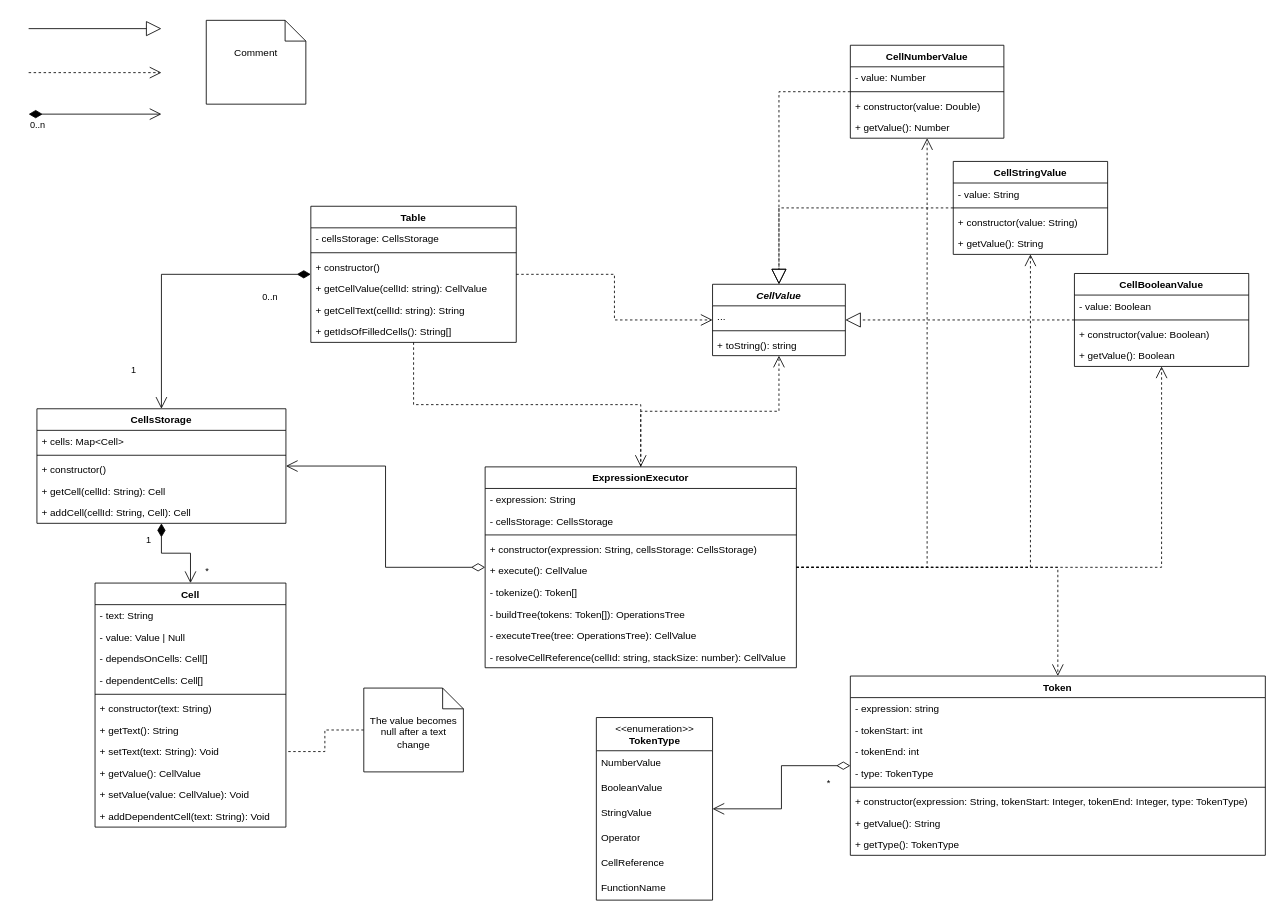
Above: class-diagram.drawio in shevelidze/knu-oop-lab-1 (draw.io), before the change. Source tidied: cells renumbered, new cells numbered last; positions are measured from the earlier drawing's top-left corner, leaving out a move shared by most shapes. Both pictures are drawn from the tidied source at 83%, with x=0, y=0 at pixel (28, 20).
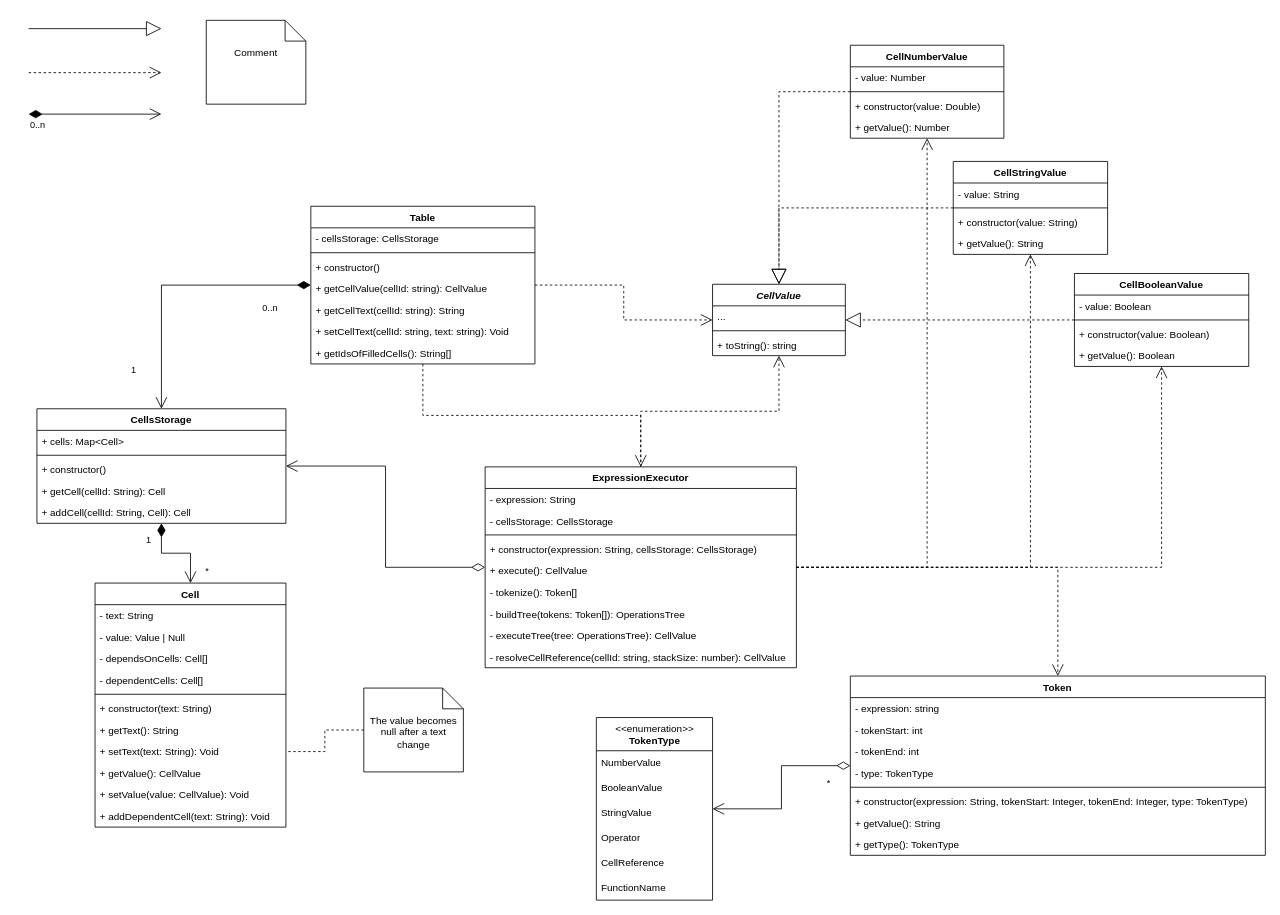
Above is the later version.

Commit message:
Add the cell setter to the table class in the class diagram

Diff of the diagram source:
```diff
@@
     <mxCell id="46" value="Table" style="swimlane;fontStyle=1;align=center;verticalAlign=top;horizontal=1;startSize=26;" parent="1" vertex="1">
-      <mxGeometry x="340" y="224" width="247.5" height="164" as="geometry" />
+      <mxGeometry x="340" y="224" width="270" height="190" as="geometry" />
     </mxCell>
     <mxCell id="47" value="- cellsStorage: CellsStorage" style="text;strokeColor=none;fillColor=none;align=left;verticalAlign=top;spacingLeft=4;spacingRight=4;overflow=hidden;" parent="46" vertex="1">
-      <mxGeometry y="26" width="247.5" height="26" as="geometry" />
+      <mxGeometry y="26" width="270" height="26" as="geometry" />
     </mxCell>
     <mxCell id="48" style="line;strokeWidth=1;fillColor=none;align=left;verticalAlign=middle;spacingTop=-1;spacingLeft=3;spacingRight=3;labelPosition=right;strokeColor=inherit;" parent="46" vertex="1">
-      <mxGeometry y="52" width="247.5" height="8" as="geometry" />
+      <mxGeometry y="52" width="270" height="8" as="geometry" />
     </mxCell>
     <mxCell id="49" value="+ constructor()" style="text;strokeColor=none;fillColor=none;align=left;verticalAlign=top;spacingLeft=4;spacingRight=4;overflow=hidden;" parent="46" vertex="1">
-      <mxGeometry y="60" width="247.5" height="26" as="geometry" />
+      <mxGeometry y="60" width="270" height="26" as="geometry" />
     </mxCell>
     <mxCell id="50" value="+ getCellValue(cellId: string): CellValue " style="text;strokeColor=none;fillColor=none;align=left;verticalAlign=top;spacingLeft=4;spacingRight=4;overflow=hidden;" parent="46" vertex="1">
-      <mxGeometry y="86" width="247.5" height="26" as="geometry" />
+      <mxGeometry y="86" width="270" height="26" as="geometry" />
     </mxCell>
     <mxCell id="51" value="+ getCellText(cellId: string): String" style="text;strokeColor=none;fillColor=none;align=left;verticalAlign=top;spacingLeft=4;spacingRight=4;overflow=hidden;" parent="46" vertex="1">
-      <mxGeometry y="112" width="247.5" height="26" as="geometry" />
+      <mxGeometry y="112" width="270" height="26" as="geometry" />
     </mxCell>
+    <mxCell id="97" value="+ setCellText(cellId: string, text: string): Void" style="text;strokeColor=none;fillColor=none;align=left;verticalAlign=top;spacingLeft=4;spacingRight=4;overflow=hidden;" parent="46" vertex="1">
+      <mxGeometry y="138" width="270" height="26" as="geometry" />
+    </mxCell>
     <mxCell id="52" value="+ getIdsOfFilledCells(): String[]" style="text;strokeColor=none;fillColor=none;align=left;verticalAlign=top;spacingLeft=4;spacingRight=4;overflow=hidden;" parent="46" vertex="1">
-      <mxGeometry y="138" width="247.5" height="26" as="geometry" />
+      <mxGeometry y="164" width="270" height="26" as="geometry" />
     </mxCell>
```
